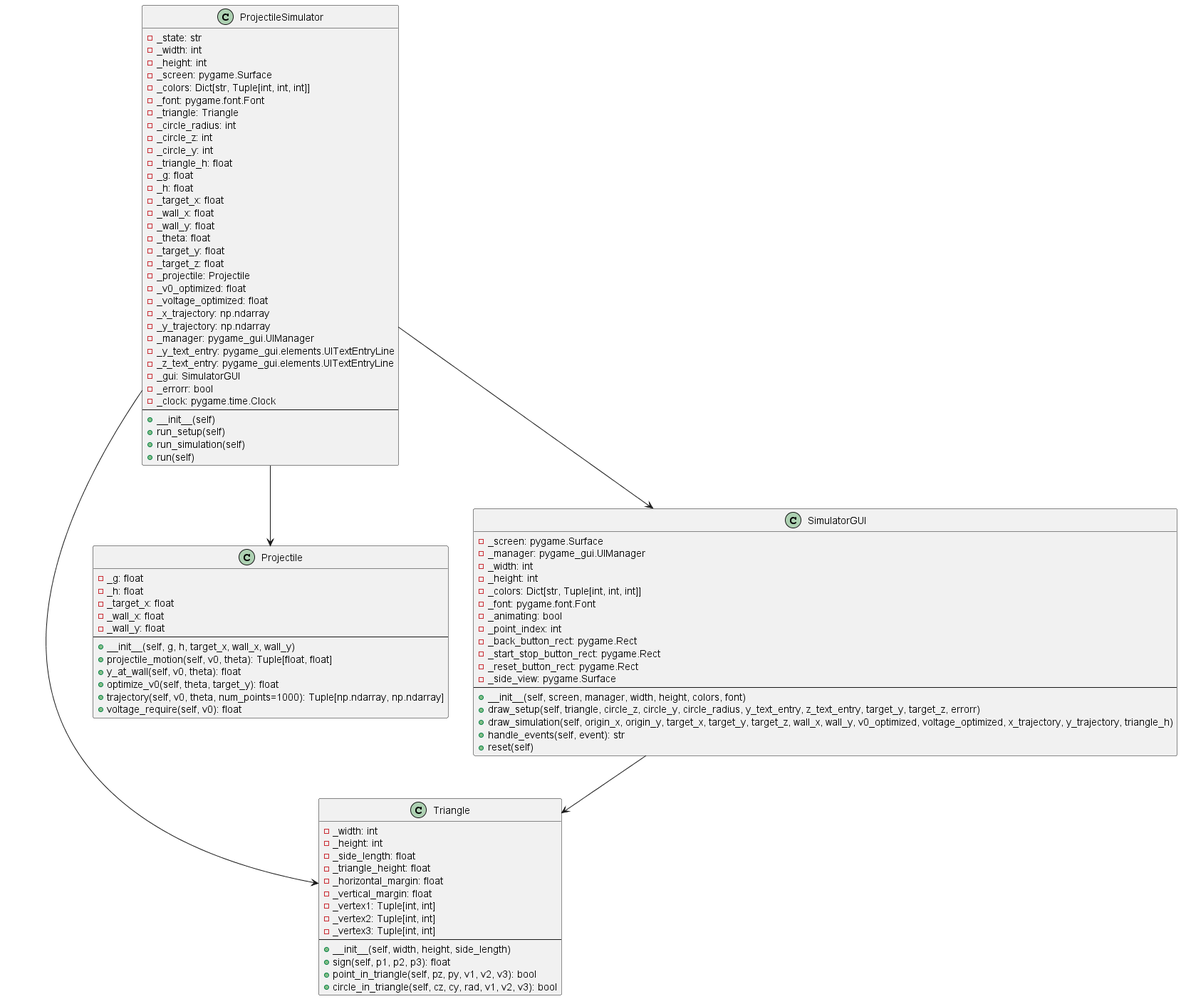
The PlantUML diagram out/UML_F/UML_F.png in Aom-Aursudkit/Studio_G4_Simulator, before a commit.
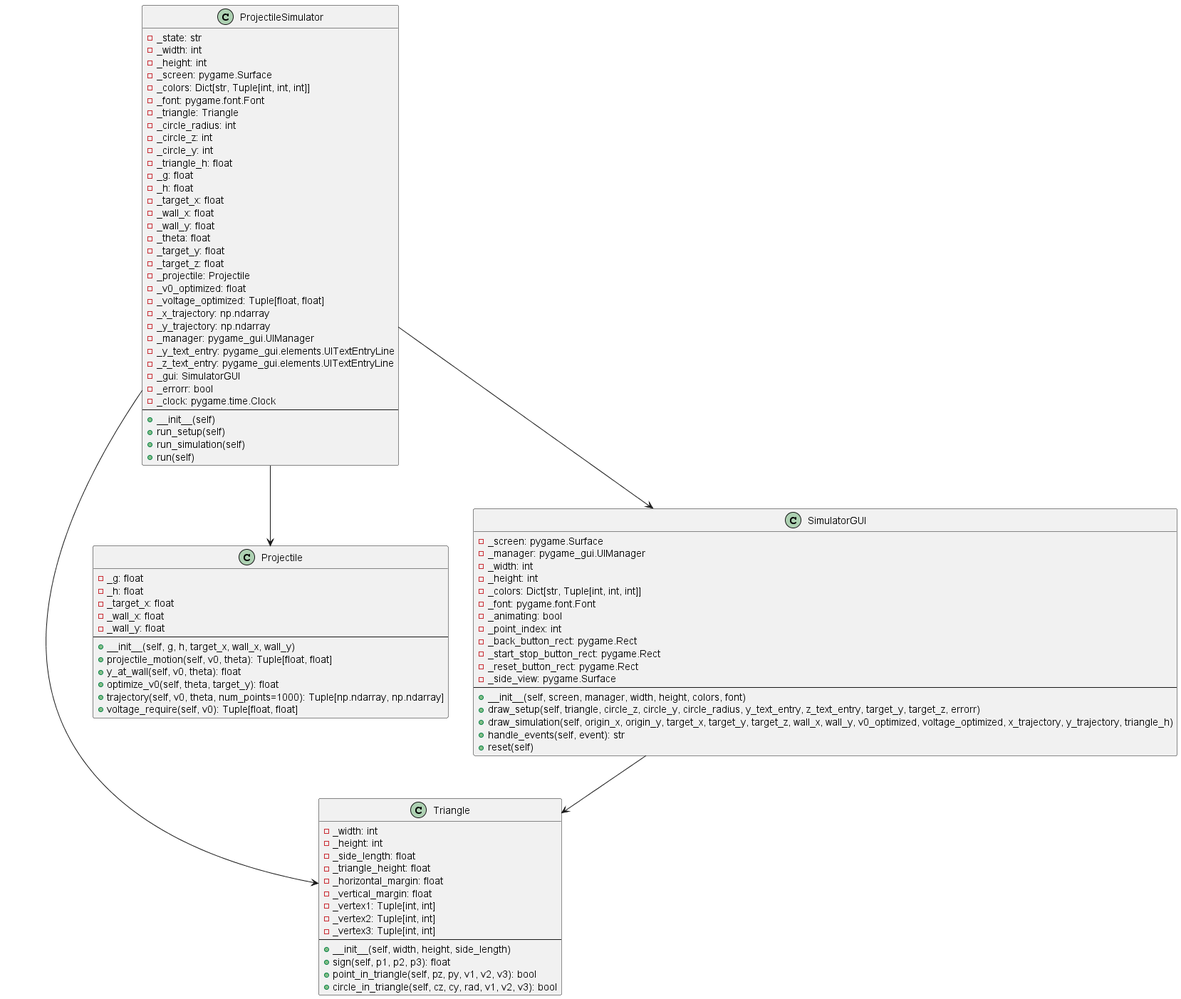
Above is the later version.

What changed in the source:
```diff
@@ -29,7 +29,7 @@
     + y_at_wall(self, v0, theta): float
     + optimize_v0(self, theta, target_y): float
     + trajectory(self, v0, theta, num_points=1000): Tuple[np.ndarray, np.ndarray]
-    + voltage_require(self, v0): float
+    + voltage_require(self, v0): Tuple[float, float]
 }
 
 class SimulatorGUI {
@@ -75,7 +75,7 @@
     - _target_z: float
     - _projectile: Projectile
     - _v0_optimized: float
-    - _voltage_optimized: float
+    - _voltage_optimized: Tuple[float, float]
     - _x_trajectory: np.ndarray
     - _y_trajectory: np.ndarray
     - _manager: pygame_gui.UIManager
```
